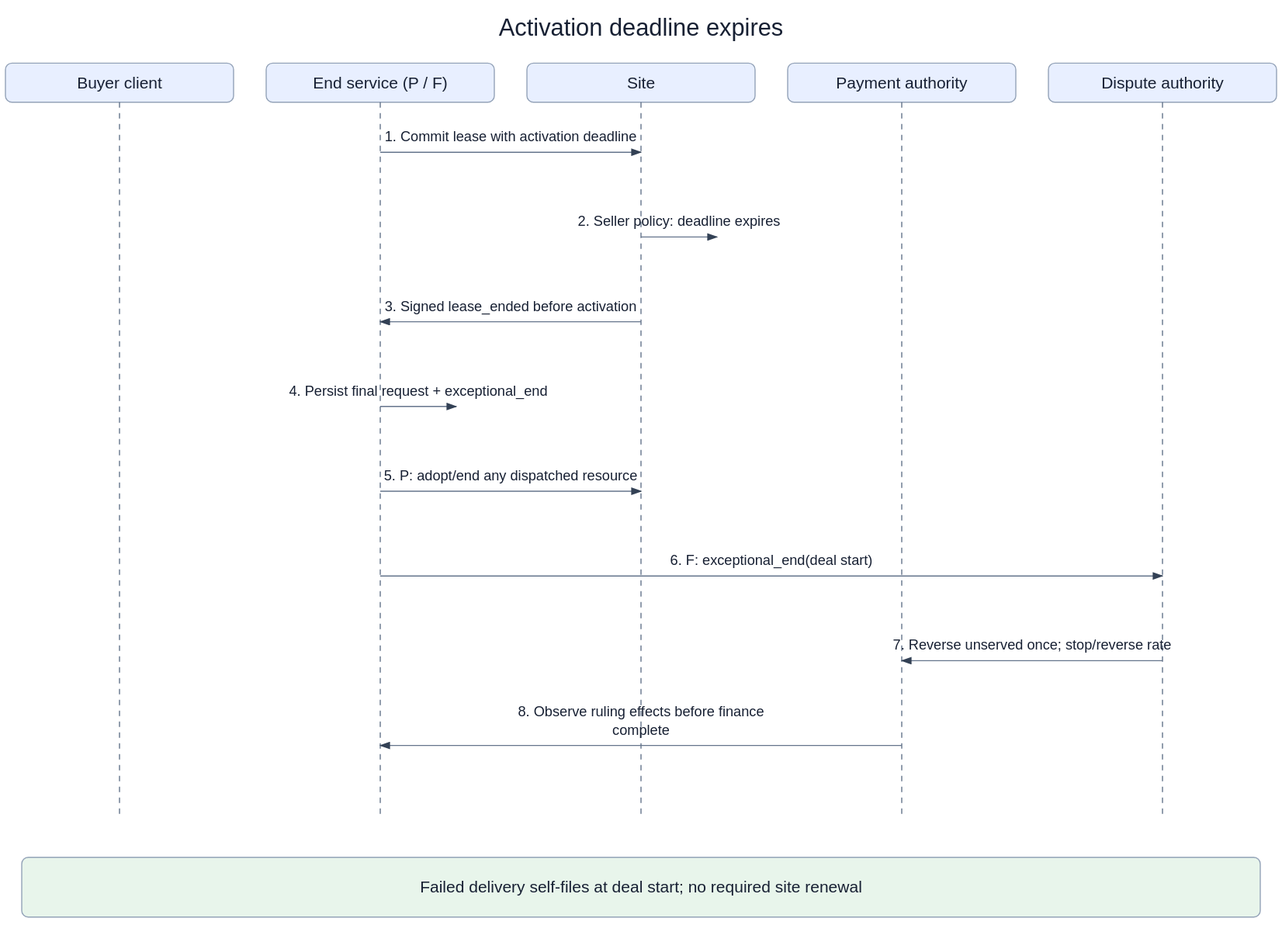
Before: openspec/changes/converge-ongoing-compute-leases/diagrams/05-prepaid-activation-deadline-expires.svg, a diagram exported from draw.io (arkhai-io/simple-compute-market). Source tidied: cells renumbered, new cells last; positions are measured from the earlier drawing's top-left corner, leaving out a move shared by most shapes.
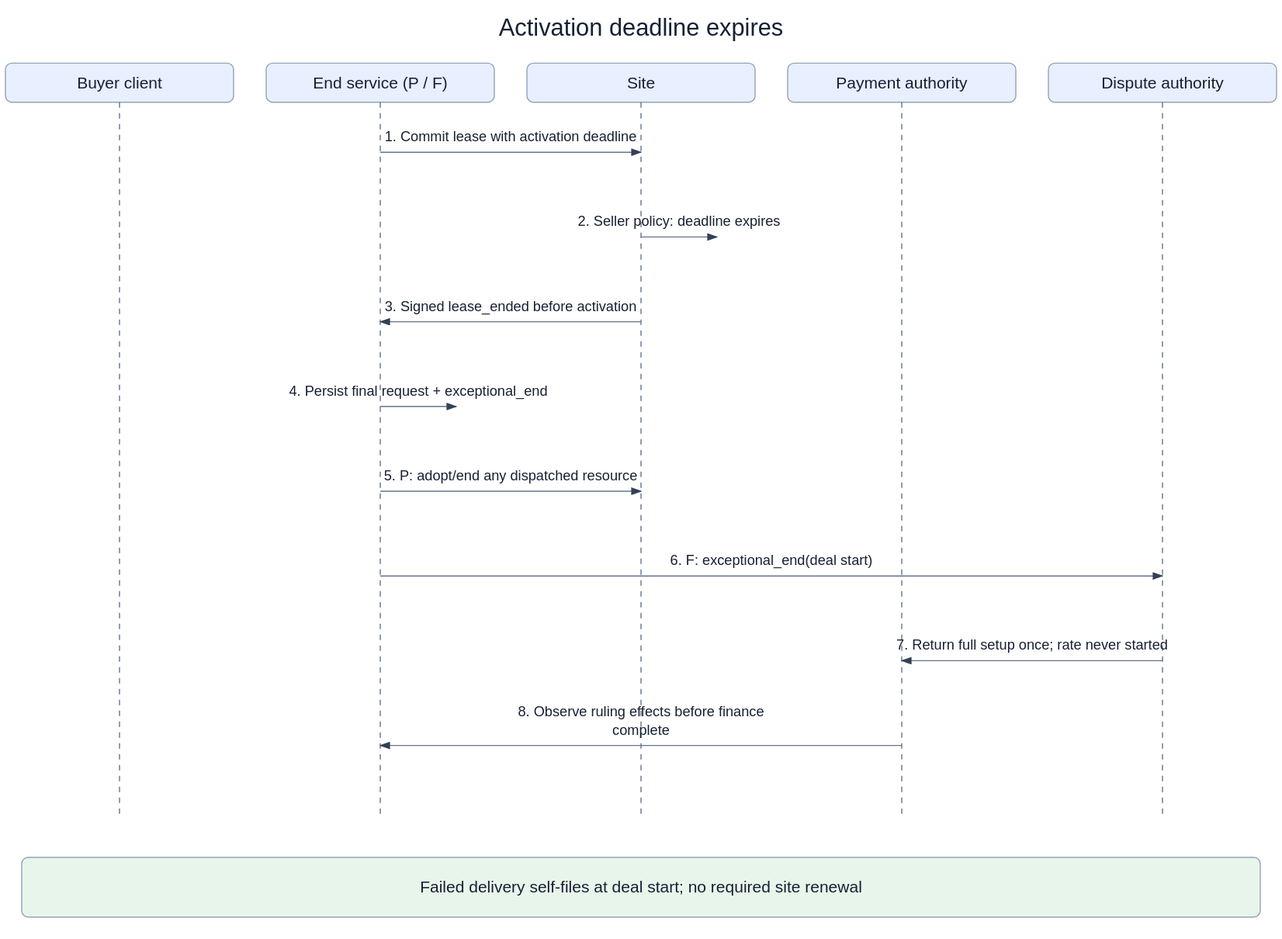
The same file after the commit.

Diff of the diagram source:
```diff
@@ -86,7 +86,7 @@
         <mxPoint x="1065" y="520" as="targetPoint" />
       </mxGeometry>
     </mxCell>
-    <mxCell id="19" value="7. Reverse unserved once; stop/reverse rate" style="endArrow=block;fontSize=13;labelBackgroundColor=#ffffff;" parent="1" edge="1">
+    <mxCell id="19" value="7. Return full setup once; rate never started" style="endArrow=block;fontSize=13;labelBackgroundColor=#ffffff;" parent="1" edge="1">
       <mxGeometry relative="1" as="geometry">
         <mxPoint x="1065" y="598" as="sourcePoint" />
         <mxPoint x="825" y="598" as="targetPoint" />
```
